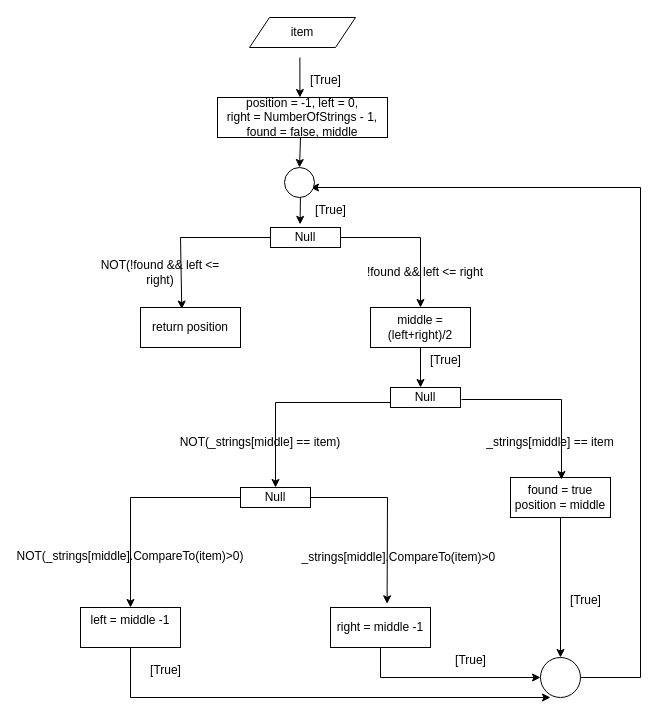
jonamadk/DrawIO keeps this draw.io diagram as Data-Flow-Diagram.drawio. Above is the earlier version. Source tidied: cells renumbered, new cells numbered last; positions are measured from the earlier drawing's top-left corner, leaving out a move shared by most shapes. Both pictures are drawn from the tidied source at 100%, with x=0, y=0 at pixel (30, 17).
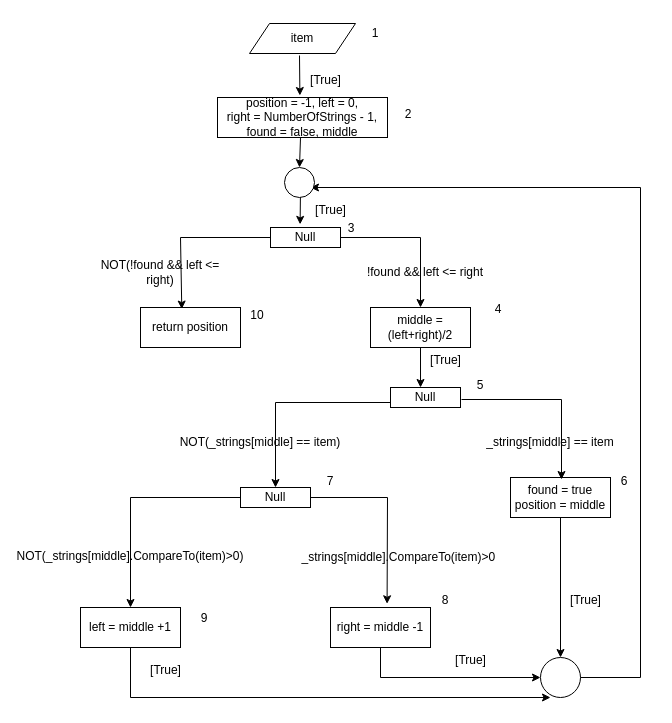
After the change.

The edit, as a diff of the source:
```diff
@@
     <mxCell id="2" value="item" style="shape=parallelogram;perimeter=parallelogramPerimeter;whiteSpace=wrap;html=1;fixedSize=1;" parent="1" vertex="1">
-      <mxGeometry x="219" width="106" height="30" as="geometry" />
+      <mxGeometry x="219" y="6" width="106" height="30" as="geometry" />
     </mxCell>
@@
     <mxCell id="18" style="endArrow=classic;html=1;rounded=0;" parent="1" edge="1">
       <mxGeometry relative="1" as="geometry">
-        <mxPoint x="269.4" y="40" as="sourcePoint" />
-        <mxPoint x="269.4" y="80" as="targetPoint" />
+        <mxPoint x="269" y="38" as="sourcePoint" />
+        <mxPoint x="269.4" y="78" as="targetPoint" />
       </mxGeometry>
     </mxCell>
@@
-    <mxCell id="27" value="left = middle -1&lt;div&gt;&lt;br&gt;&lt;/div&gt;" style="rounded=0;whiteSpace=wrap;html=1;" parent="1" vertex="1">
+    <mxCell id="27" value="&lt;div&gt;&lt;br&gt;&lt;/div&gt;left = middle +1&lt;div&gt;&lt;br&gt;&lt;/div&gt;" style="rounded=0;whiteSpace=wrap;html=1;" parent="1" vertex="1">
       <mxGeometry x="50" y="590" width="100" height="40" as="geometry" />
     </mxCell>
@@
+    <mxCell id="40" value="1&lt;div&gt;&lt;br&gt;&lt;/div&gt;" style="text;html=1;align=center;verticalAlign=middle;whiteSpace=wrap;rounded=0;" parent="1" vertex="1">
+      <mxGeometry x="315" y="8" width="60" height="30" as="geometry" />
+    </mxCell>
+    <mxCell id="41" value="&lt;div&gt;2&lt;/div&gt;" style="text;html=1;align=center;verticalAlign=middle;whiteSpace=wrap;rounded=0;" parent="1" vertex="1">
+      <mxGeometry x="348" y="82" width="60" height="30" as="geometry" />
+    </mxCell>
+    <mxCell id="42" value="3" style="text;html=1;align=center;verticalAlign=middle;whiteSpace=wrap;rounded=0;" parent="1" vertex="1">
+      <mxGeometry x="291" y="196" width="60" height="30" as="geometry" />
+    </mxCell>
+    <mxCell id="43" value="4" style="text;html=1;align=center;verticalAlign=middle;whiteSpace=wrap;rounded=0;" parent="1" vertex="1">
+      <mxGeometry x="438" y="277" width="60" height="30" as="geometry" />
+    </mxCell>
+    <mxCell id="44" value="5" style="text;html=1;align=center;verticalAlign=middle;whiteSpace=wrap;rounded=0;" parent="1" vertex="1">
+      <mxGeometry x="420" y="353" width="60" height="30" as="geometry" />
+    </mxCell>
+    <mxCell id="45" value="6" style="text;html=1;align=center;verticalAlign=middle;whiteSpace=wrap;rounded=0;" parent="1" vertex="1">
+      <mxGeometry x="564" y="449" width="60" height="30" as="geometry" />
+    </mxCell>
+    <mxCell id="46" value="7" style="text;html=1;align=center;verticalAlign=middle;whiteSpace=wrap;rounded=0;" parent="1" vertex="1">
+      <mxGeometry x="270" y="449" width="60" height="30" as="geometry" />
+    </mxCell>
+    <mxCell id="47" value="8" style="text;html=1;align=center;verticalAlign=middle;whiteSpace=wrap;rounded=0;" parent="1" vertex="1">
+      <mxGeometry x="385" y="568" width="60" height="30" as="geometry" />
+    </mxCell>
+    <mxCell id="48" value="9" style="text;html=1;align=center;verticalAlign=middle;whiteSpace=wrap;rounded=0;" parent="1" vertex="1">
+      <mxGeometry x="144" y="586" width="60" height="30" as="geometry" />
+    </mxCell>
+    <mxCell id="49" value="10" style="text;html=1;align=center;verticalAlign=middle;whiteSpace=wrap;rounded=0;" parent="1" vertex="1">
+      <mxGeometry x="197" y="283" width="60" height="30" as="geometry" />
+    </mxCell>
```
